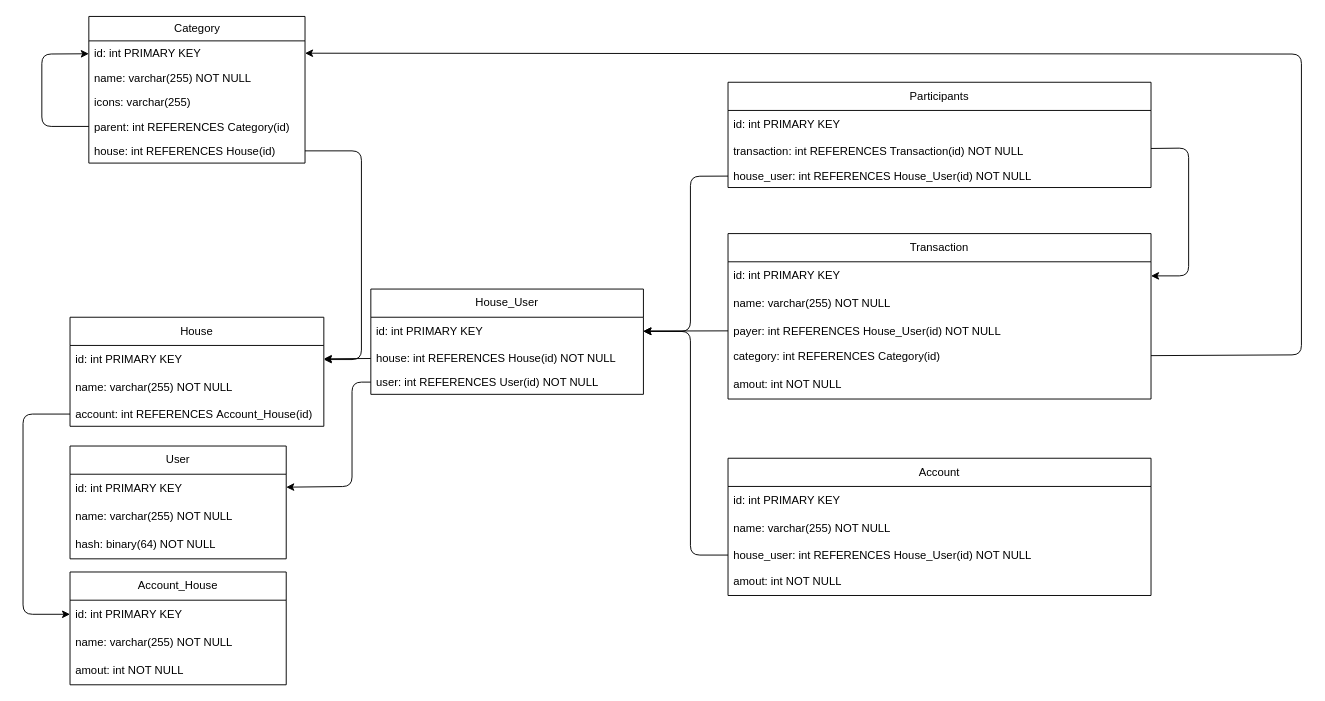
The draw.io diagram docs/tables.drawio in Rombond/budgestify, before the edit. Source tidied: cells renumbered, new cells numbered last; positions are measured from the earlier drawing's top-left corner, leaving out a move shared by most shapes. Both pictures are drawn from the tidied source at 94%, with x=0, y=0 at pixel (23, 16).
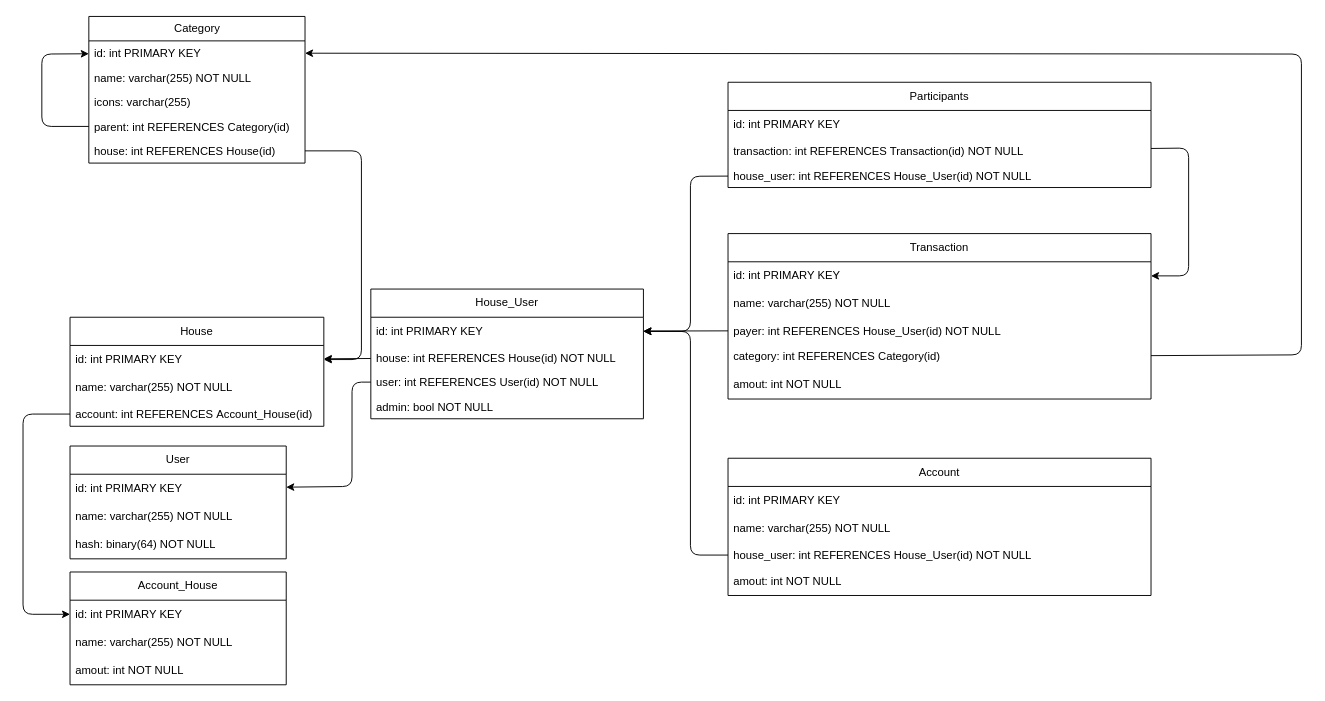
The same page after the edit.

The edit, as a diff of the source:
```diff
@@
     <mxCell id="17" value="House_User" style="swimlane;fontStyle=0;horizontal=1;startSize=30;whiteSpace=wrap;html=1;" parent="1" vertex="1">
-      <mxGeometry x="370" y="290" width="290" height="112" as="geometry" />
+      <mxGeometry x="370" y="290" width="290" height="138" as="geometry" />
     </mxCell>
@@
+    <mxCell id="49" value="admin: bool NOT NULL" style="text;strokeColor=none;fillColor=none;align=left;verticalAlign=top;spacingLeft=4;spacingRight=4;overflow=hidden;whiteSpace=wrap;html=1;" parent="17" vertex="1">
+      <mxGeometry y="112" width="290" height="26" as="geometry" />
+    </mxCell>
```
